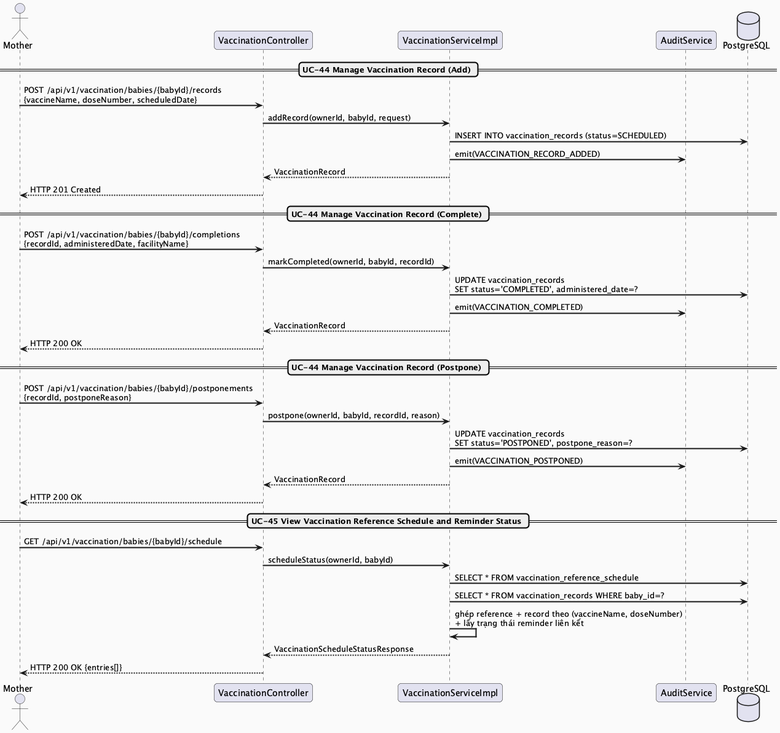
Before: docs/Detailed_Design/MF03_Baby_Care_Growth_Vaccination/images/MF03_03_Vaccination_SequenceDiagram.png, a diagram exported from PlantUML (ChuongBDHE172784/CareBridge_SEP490_G79). Its diagram source:
```plantuml
@startuml MF03_03_Vaccination_SequenceDiagram
skinparam sequenceArrowThickness 2
skinparam roundcorner 10
skinparam backgroundColor #FAFAFA

actor "Mother" as M
participant "VaccinationController" as Controller
participant "VaccinationServiceImpl" as Service
participant "AuditService" as Audit
database "PostgreSQL" as DB

== UC-44 Manage Vaccination Record (Add) ==
M -> Controller : POST /api/v1/vaccination/babies/{babyId}/records\n{vaccineName, doseNumber, scheduledDate}
Controller -> Service : addRecord(ownerId, babyId, request)
Service -> DB : INSERT INTO vaccination_records (status=SCHEDULED)
Service -> Audit : emit(VACCINATION_RECORD_ADDED)
Service --> Controller : VaccinationRecord
Controller --> M : HTTP 201 Created

== UC-44 Manage Vaccination Record (Complete) ==
M -> Controller : POST /api/v1/vaccination/babies/{babyId}/completions\n{recordId, administeredDate, facilityName}
Controller -> Service : markCompleted(ownerId, babyId, recordId)
Service -> DB : UPDATE vaccination_records\nSET status='COMPLETED', administered_date=?
Service -> Audit : emit(VACCINATION_COMPLETED)
Service --> Controller : VaccinationRecord
Controller --> M : HTTP 200 OK

== UC-44 Manage Vaccination Record (Postpone) ==
M -> Controller : POST /api/v1/vaccination/babies/{babyId}/postponements\n{recordId, postponeReason}
Controller -> Service : postpone(ownerId, babyId, recordId, reason)
Service -> DB : UPDATE vaccination_records\nSET status='POSTPONED', postpone_reason=?
Service -> Audit : emit(VACCINATION_POSTPONED)
Service --> Controller : VaccinationRecord
Controller --> M : HTTP 200 OK

== UC-45 View Vaccination Reference Schedule and Reminder Status ==
M -> Controller : GET /api/v1/vaccination/babies/{babyId}/schedule
Controller -> Service : scheduleStatus(ownerId, babyId)
Service -> DB : SELECT * FROM vaccination_reference_schedule
Service -> DB : SELECT * FROM vaccination_records WHERE baby_id=?
Service -> Service : ghép reference + record theo (vaccineName, doseNumber)\n+ lấy trạng thái reminder liên kết
Service --> Controller : VaccinationScheduleStatusResponse
Controller --> M : HTTP 200 OK {entries[]}

@enduml
```
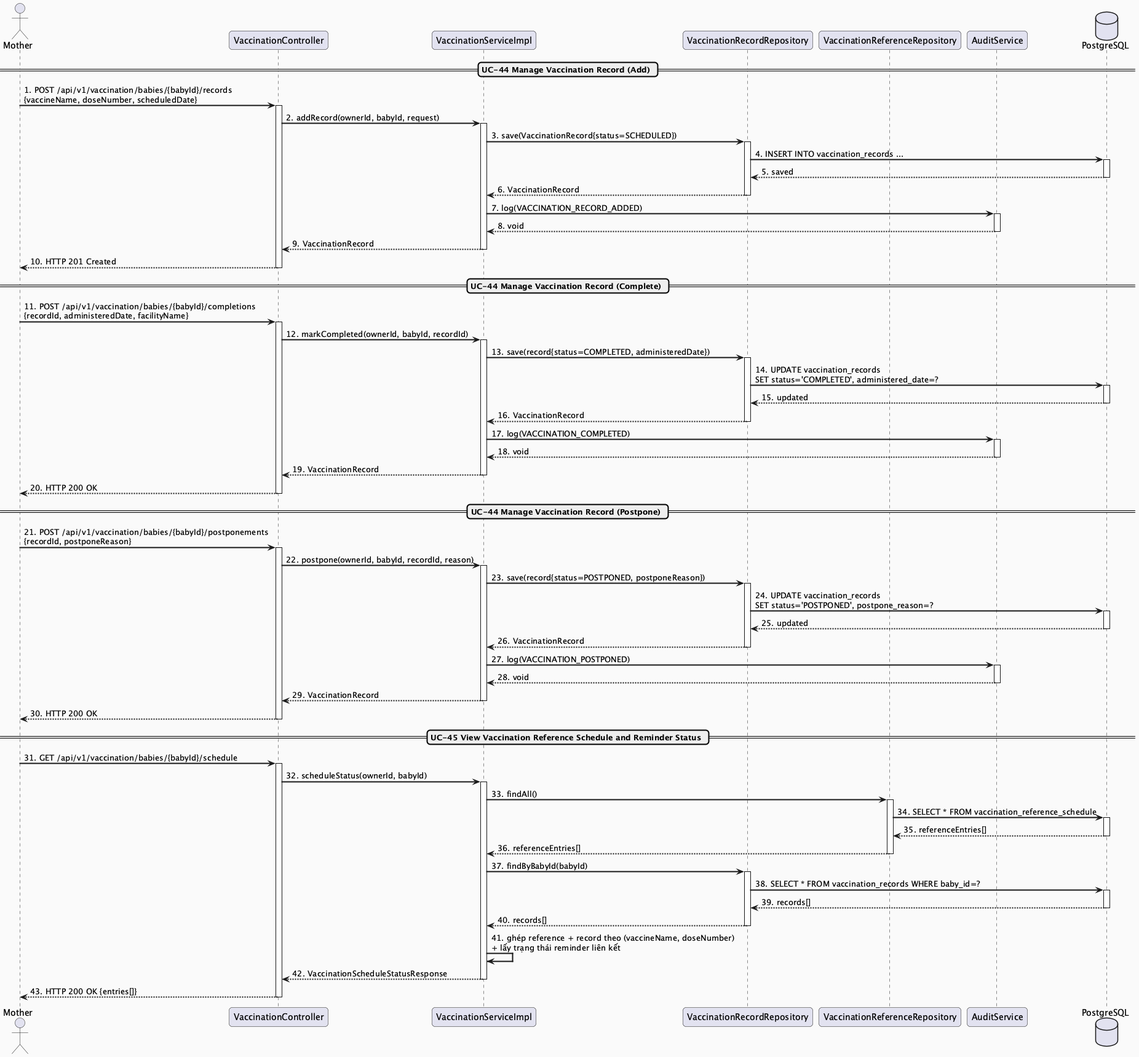
After the commit.

Change to the diagram source:
```diff
@@ -6,40 +6,102 @@
 actor "Mother" as M
 participant "VaccinationController" as Controller
 participant "VaccinationServiceImpl" as Service
+participant "VaccinationRecordRepository" as RecordRepo
+participant "VaccinationReferenceRepository" as RefRepo
 participant "AuditService" as Audit
 database "PostgreSQL" as DB
 
 == UC-44 Manage Vaccination Record (Add) ==
-M -> Controller : POST /api/v1/vaccination/babies/{babyId}/records\n{vaccineName, doseNumber, scheduledDate}
-Controller -> Service : addRecord(ownerId, babyId, request)
-Service -> DB : INSERT INTO vaccination_records (status=SCHEDULED)
-Service -> Audit : emit(VACCINATION_RECORD_ADDED)
-Service --> Controller : VaccinationRecord
-Controller --> M : HTTP 201 Created
+M -> Controller : 1. POST /api/v1/vaccination/babies/{babyId}/records\n{vaccineName, doseNumber, scheduledDate}
+activate Controller
+Controller -> Service : 2. addRecord(ownerId, babyId, request)
+activate Service
+Service -> RecordRepo : 3. save(VaccinationRecord{status=SCHEDULED})
+activate RecordRepo
+RecordRepo -> DB : 4. INSERT INTO vaccination_records ...
+activate DB
+DB --> RecordRepo : 5. saved
+deactivate DB
+RecordRepo --> Service : 6. VaccinationRecord
+deactivate RecordRepo
+Service -> Audit : 7. log(VACCINATION_RECORD_ADDED)
+activate Audit
+Audit --> Service : 8. void
+deactivate Audit
+Service --> Controller : 9. VaccinationRecord
+deactivate Service
+Controller --> M : 10. HTTP 201 Created
+deactivate Controller
 
 == UC-44 Manage Vaccination Record (Complete) ==
-M -> Controller : POST /api/v1/vaccination/babies/{babyId}/completions\n{recordId, administeredDate, facilityName}
-Controller -> Service : markCompleted(ownerId, babyId, recordId)
-Service -> DB : UPDATE vaccination_records\nSET status='COMPLETED', administered_date=?
-Service -> Audit : emit(VACCINATION_COMPLETED)
-Service --> Controller : VaccinationRecord
-Controller --> M : HTTP 200 OK
+M -> Controller : 11. POST /api/v1/vaccination/babies/{babyId}/completions\n{recordId, administeredDate, facilityName}
+activate Controller
+Controller -> Service : 12. markCompleted(ownerId, babyId, recordId)
+activate Service
+Service -> RecordRepo : 13. save(record{status=COMPLETED, administeredDate})
+activate RecordRepo
+RecordRepo -> DB : 14. UPDATE vaccination_records\nSET status='COMPLETED', administered_date=?
+activate DB
+DB --> RecordRepo : 15. updated
+deactivate DB
+RecordRepo --> Service : 16. VaccinationRecord
+deactivate RecordRepo
+Service -> Audit : 17. log(VACCINATION_COMPLETED)
+activate Audit
+Audit --> Service : 18. void
+deactivate Audit
+Service --> Controller : 19. VaccinationRecord
+deactivate Service
+Controller --> M : 20. HTTP 200 OK
+deactivate Controller
 
 == UC-44 Manage Vaccination Record (Postpone) ==
-M -> Controller : POST /api/v1/vaccination/babies/{babyId}/postponements\n{recordId, postponeReason}
-Controller -> Service : postpone(ownerId, babyId, recordId, reason)
-Service -> DB : UPDATE vaccination_records\nSET status='POSTPONED', postpone_reason=?
-Service -> Audit : emit(VACCINATION_POSTPONED)
-Service --> Controller : VaccinationRecord
-Controller --> M : HTTP 200 OK
+M -> Controller : 21. POST /api/v1/vaccination/babies/{babyId}/postponements\n{recordId, postponeReason}
+activate Controller
+Controller -> Service : 22. postpone(ownerId, babyId, recordId, reason)
+activate Service
+Service -> RecordRepo : 23. save(record{status=POSTPONED, postponeReason})
+activate RecordRepo
+RecordRepo -> DB : 24. UPDATE vaccination_records\nSET status='POSTPONED', postpone_reason=?
+activate DB
+DB --> RecordRepo : 25. updated
+deactivate DB
+RecordRepo --> Service : 26. VaccinationRecord
+deactivate RecordRepo
+Service -> Audit : 27. log(VACCINATION_POSTPONED)
+activate Audit
+Audit --> Service : 28. void
+deactivate Audit
+Service --> Controller : 29. VaccinationRecord
+deactivate Service
+Controller --> M : 30. HTTP 200 OK
+deactivate Controller
 
 == UC-45 View Vaccination Reference Schedule and Reminder Status ==
-M -> Controller : GET /api/v1/vaccination/babies/{babyId}/schedule
-Controller -> Service : scheduleStatus(ownerId, babyId)
-Service -> DB : SELECT * FROM vaccination_reference_schedule
-Service -> DB : SELECT * FROM vaccination_records WHERE baby_id=?
-Service -> Service : ghép reference + record theo (vaccineName, doseNumber)\n+ lấy trạng thái reminder liên kết
-Service --> Controller : VaccinationScheduleStatusResponse
-Controller --> M : HTTP 200 OK {entries[]}
+M -> Controller : 31. GET /api/v1/vaccination/babies/{babyId}/schedule
+activate Controller
+Controller -> Service : 32. scheduleStatus(ownerId, babyId)
+activate Service
+Service -> RefRepo : 33. findAll()
+activate RefRepo
+RefRepo -> DB : 34. SELECT * FROM vaccination_reference_schedule
+activate DB
+DB --> RefRepo : 35. referenceEntries[]
+deactivate DB
+RefRepo --> Service : 36. referenceEntries[]
+deactivate RefRepo
+Service -> RecordRepo : 37. findByBabyId(babyId)
+activate RecordRepo
+RecordRepo -> DB : 38. SELECT * FROM vaccination_records WHERE baby_id=?
+activate DB
+DB --> RecordRepo : 39. records[]
+deactivate DB
+RecordRepo --> Service : 40. records[]
+deactivate RecordRepo
+Service -> Service : 41. ghép reference + record theo (vaccineName, doseNumber)\n+ lấy trạng thái reminder liên kết
+Service --> Controller : 42. VaccinationScheduleStatusResponse
+deactivate Service
+Controller --> M : 43. HTTP 200 OK {entries[]}
+deactivate Controller
 
 @enduml
```
